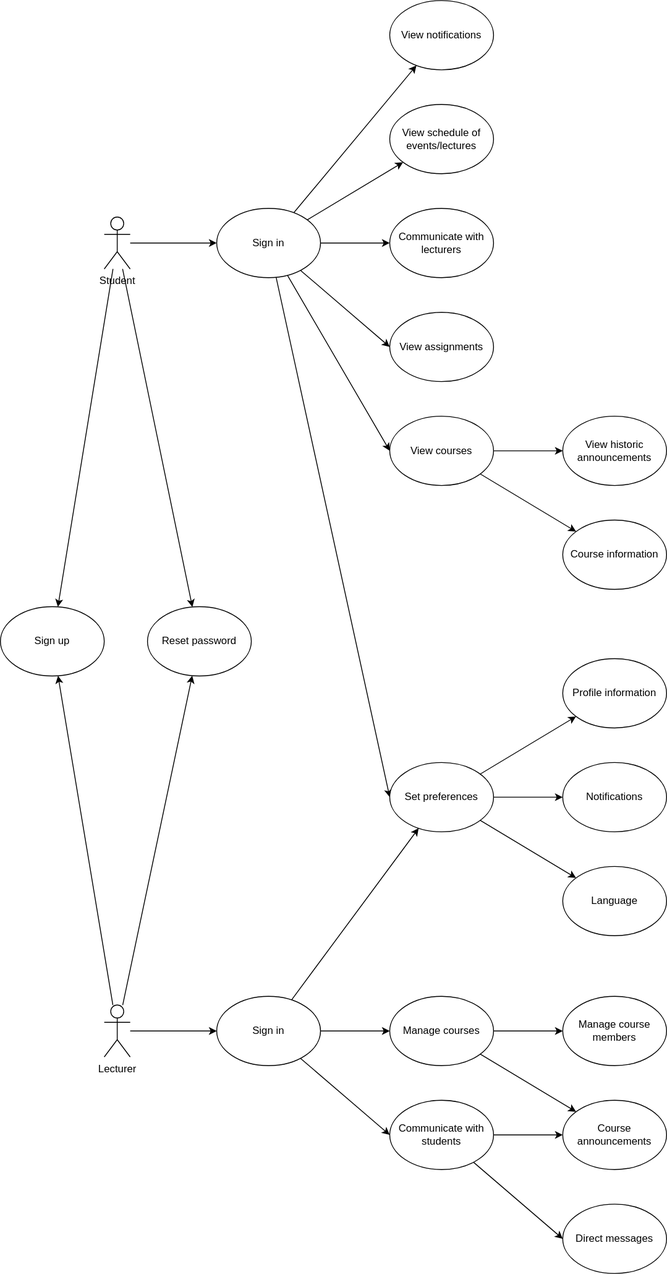
Earlier version of the draw.io export docs/diagrams/use-cases.drawio.svg (thedatasnok/idata2503-project). Source tidied: cells renumbered, new cells last; positions are measured from the earlier drawing's top-left corner, leaving out a move shared by most shapes.
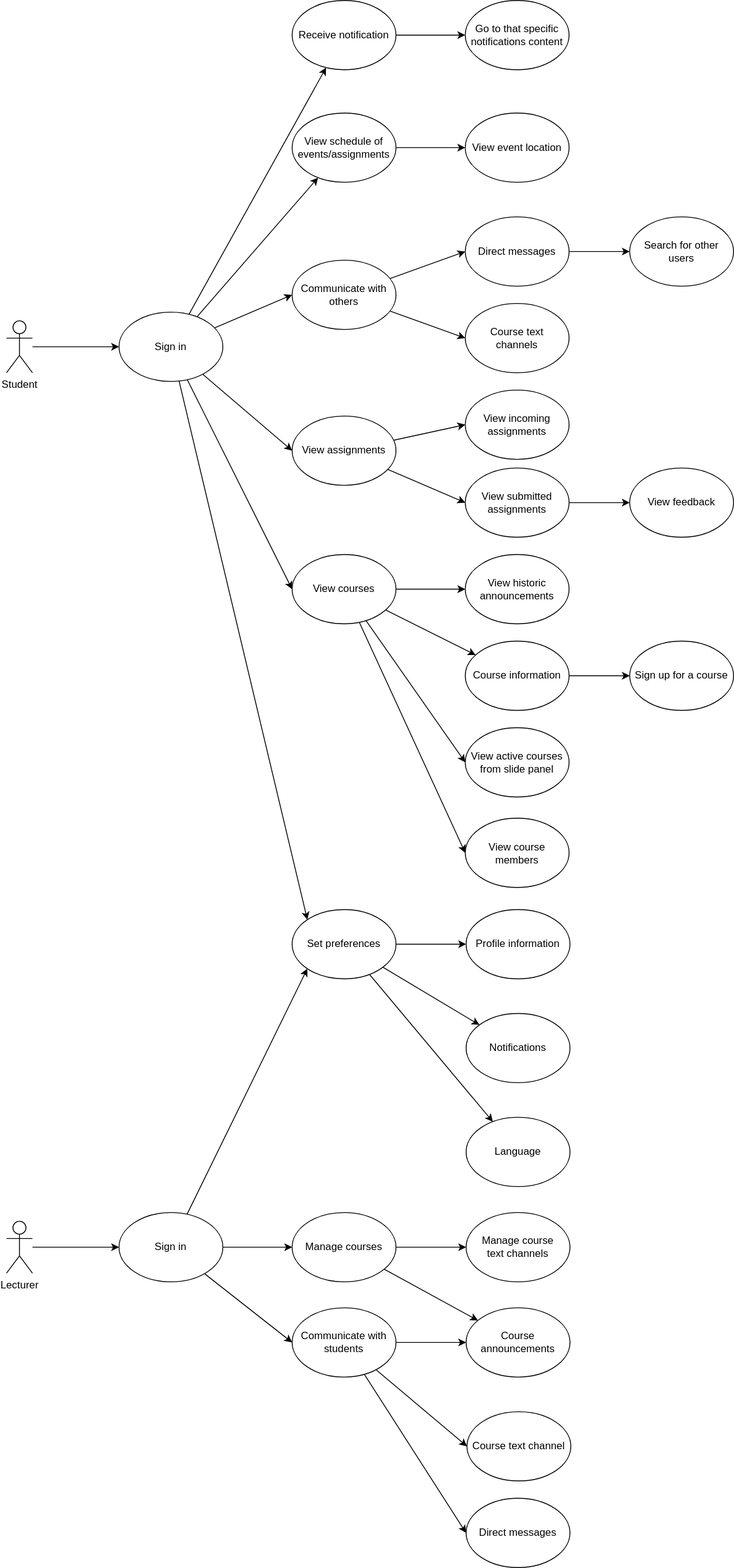
The same file after the commit.

Commit message:
docs: update use case diagram

Diff of the diagram source:
```diff
@@ -5,12 +5,6 @@
     <mxCell id="2" style="edgeStyle=none;html=1;" parent="1" edge="1" source="5" target="12">
       <mxGeometry relative="1" as="geometry" />
     </mxCell>
-    <mxCell id="3" style="edgeStyle=none;html=1;" parent="1" edge="1" source="5" target="37">
-      <mxGeometry relative="1" as="geometry" />
-    </mxCell>
-    <mxCell id="4" style="edgeStyle=none;html=1;" parent="1" edge="1" source="5" target="47">
-      <mxGeometry relative="1" as="geometry" />
-    </mxCell>
     <mxCell id="5" value="Student" style="shape=umlActor;verticalLabelPosition=bottom;verticalAlign=top;html=1;outlineConnect=0;" parent="1" vertex="1">
       <mxGeometry x="120" y="250" width="30" height="60" as="geometry" />
     </mxCell>
@@ -20,7 +14,7 @@
     <mxCell id="7" style="edgeStyle=none;html=1;entryX=0;entryY=0.5;entryDx=0;entryDy=0;" parent="1" edge="1" source="12" target="21">
       <mxGeometry relative="1" as="geometry" />
     </mxCell>
-    <mxCell id="8" style="edgeStyle=none;html=1;entryX=0;entryY=0.5;entryDx=0;entryDy=0;" parent="1" edge="1" source="12" target="35">
+    <mxCell id="8" style="edgeStyle=none;html=1;entryX=0;entryY=0;entryDx=0;entryDy=0;" parent="1" edge="1" source="12" target="35">
       <mxGeometry relative="1" as="geometry" />
     </mxCell>
     <mxCell id="9" style="edgeStyle=none;html=1;entryX=0;entryY=0.5;entryDx=0;entryDy=0;" parent="1" edge="1" source="12" target="23">
@@ -41,17 +35,11 @@
     <mxCell id="14" style="edgeStyle=none;html=1;entryX=0;entryY=0.5;entryDx=0;entryDy=0;" parent="1" edge="1" source="39" target="29">
       <mxGeometry relative="1" as="geometry" />
     </mxCell>
-    <mxCell id="15" style="edgeStyle=none;html=1;" parent="1" edge="1" source="18" target="37">
-      <mxGeometry relative="1" as="geometry" />
-    </mxCell>
     <mxCell id="16" style="edgeStyle=none;html=1;" parent="1" edge="1" source="18" target="39">
       <mxGeometry relative="1" as="geometry" />
     </mxCell>
-    <mxCell id="17" style="edgeStyle=none;html=1;" parent="1" edge="1" source="18" target="47">
-      <mxGeometry relative="1" as="geometry" />
-    </mxCell>
     <mxCell id="18" value="Lecturer" style="shape=umlActor;verticalLabelPosition=bottom;verticalAlign=top;html=1;outlineConnect=0;" parent="1" vertex="1">
-      <mxGeometry x="120" y="1160" width="30" height="60" as="geometry" />
+      <mxGeometry x="120" y="1290" width="30" height="60" as="geometry" />
     </mxCell>
     <mxCell id="19" style="edgeStyle=none;html=1;" parent="1" edge="1" source="21" target="43">
       <mxGeometry relative="1" as="geometry" />
@@ -59,23 +47,41 @@
     <mxCell id="20" style="edgeStyle=none;html=1;" parent="1" edge="1" source="21" target="44">
       <mxGeometry relative="1" as="geometry" />
     </mxCell>
+    <mxCell id="48" style="edgeStyle=none;html=1;entryX=0;entryY=0.5;entryDx=0;entryDy=0;" parent="1" edge="1" source="21" target="68">
+      <mxGeometry relative="1" as="geometry" />
+    </mxCell>
+    <mxCell id="49" style="edgeStyle=none;html=1;entryX=0;entryY=0.5;entryDx=0;entryDy=0;" parent="1" edge="1" source="21" target="73">
+      <mxGeometry relative="1" as="geometry" />
+    </mxCell>
     <mxCell id="21" value="View courses" style="ellipse;whiteSpace=wrap;html=1;" parent="1" vertex="1">
-      <mxGeometry x="450" y="480" width="120" height="80" as="geometry" />
+      <mxGeometry x="450" y="520" width="120" height="80" as="geometry" />
     </mxCell>
+    <mxCell id="50" style="edgeStyle=none;html=1;entryX=0;entryY=0.5;entryDx=0;entryDy=0;" parent="1" edge="1" source="22" target="69">
+      <mxGeometry relative="1" as="geometry" />
+    </mxCell>
+    <mxCell id="51" style="edgeStyle=none;html=1;entryX=0;entryY=0.5;entryDx=0;entryDy=0;" parent="1" edge="1" source="22" target="71">
+      <mxGeometry relative="1" as="geometry" />
+    </mxCell>
     <mxCell id="22" value="View assignments" style="ellipse;whiteSpace=wrap;html=1;" parent="1" vertex="1">
       <mxGeometry x="450" y="360" width="120" height="80" as="geometry" />
     </mxCell>
+    <mxCell id="52" style="edgeStyle=none;html=1;entryX=0;entryY=0.5;entryDx=0;entryDy=0;" parent="1" edge="1" source="23" target="62">
+      <mxGeometry relative="1" as="geometry" />
+    </mxCell>
+    <mxCell id="53" style="edgeStyle=none;html=1;entryX=0;entryY=0.5;entryDx=0;entryDy=0;" parent="1" edge="1" source="23" target="63">
+      <mxGeometry relative="1" as="geometry" />
+    </mxCell>
-    <mxCell id="23" value="Communicate with lecturers" style="ellipse;whiteSpace=wrap;html=1;" parent="1" vertex="1">
-      <mxGeometry x="450" y="240" width="120" height="80" as="geometry" />
+    <mxCell id="23" value="Communicate with others" style="ellipse;whiteSpace=wrap;html=1;" parent="1" vertex="1">
+      <mxGeometry x="450" y="180" width="120" height="80" as="geometry" />
     </mxCell>
-    <mxCell id="24" style="edgeStyle=none;html=1;" parent="1" edge="1" source="26" target="36">
-      <mxGeometry relative="1" as="geometry" />
-    </mxCell>
     <mxCell id="25" style="edgeStyle=none;html=1;" parent="1" edge="1" source="26" target="30">
       <mxGeometry relative="1" as="geometry" />
     </mxCell>
+    <mxCell id="54" style="edgeStyle=none;html=1;" parent="1" edge="1" source="26" target="65">
+      <mxGeometry relative="1" as="geometry" />
+    </mxCell>
     <mxCell id="26" value="Manage courses" style="ellipse;whiteSpace=wrap;html=1;" parent="1" vertex="1">
-      <mxGeometry x="450" y="1150" width="120" height="80" as="geometry" />
+      <mxGeometry x="450" y="1280" width="120" height="80" as="geometry" />
     </mxCell>
     <mxCell id="27" style="edgeStyle=none;html=1;entryX=0;entryY=0.5;entryDx=0;entryDy=0;" parent="1" edge="1" source="29" target="31">
       <mxGeometry relative="1" as="geometry" />
@@ -83,14 +89,17 @@
     <mxCell id="28" style="edgeStyle=none;html=1;" parent="1" edge="1" source="29" target="30">
       <mxGeometry relative="1" as="geometry" />
     </mxCell>
+    <mxCell id="55" style="edgeStyle=none;html=1;entryX=0;entryY=0.5;entryDx=0;entryDy=0;" parent="1" edge="1" source="29" target="64">
+      <mxGeometry relative="1" as="geometry" />
+    </mxCell>
     <mxCell id="29" value="Communicate with students" style="ellipse;whiteSpace=wrap;html=1;" parent="1" vertex="1">
-      <mxGeometry x="450" y="1270" width="120" height="80" as="geometry" />
+      <mxGeometry x="450" y="1390" width="120" height="80" as="geometry" />
     </mxCell>
     <mxCell id="30" value="Course announcements" style="ellipse;whiteSpace=wrap;html=1;" parent="1" vertex="1">
-      <mxGeometry x="650" y="1270" width="120" height="80" as="geometry" />
+      <mxGeometry x="651" y="1390" width="120" height="80" as="geometry" />
     </mxCell>
     <mxCell id="31" value="Direct messages" style="ellipse;whiteSpace=wrap;html=1;" parent="1" vertex="1">
-      <mxGeometry x="650" y="1390" width="120" height="80" as="geometry" />
+      <mxGeometry x="651" y="1610" width="120" height="80" as="geometry" />
     </mxCell>
     <mxCell id="32" style="edgeStyle=none;html=1;" parent="1" edge="1" source="35" target="40">
       <mxGeometry relative="1" as="geometry" />
@@ -102,43 +111,88 @@
       <mxGeometry relative="1" as="geometry" />
     </mxCell>
     <mxCell id="35" value="Set preferences" style="ellipse;whiteSpace=wrap;html=1;" parent="1" vertex="1">
-      <mxGeometry x="450" y="880" width="120" height="80" as="geometry" />
+      <mxGeometry x="450" y="930" width="120" height="80" as="geometry" />
     </mxCell>
-    <mxCell id="36" value="Manage course members" style="ellipse;whiteSpace=wrap;html=1;" parent="1" vertex="1">
-      <mxGeometry x="650" y="1150" width="120" height="80" as="geometry" />
-    </mxCell>
-    <mxCell id="37" value="Reset password" style="ellipse;whiteSpace=wrap;html=1;" parent="1" vertex="1">
-      <mxGeometry x="170" y="700" width="120" height="80" as="geometry" />
-    </mxCell>
-    <mxCell id="38" style="edgeStyle=none;html=1;" parent="1" edge="1" source="39" target="35">
+    <mxCell id="38" style="edgeStyle=none;html=1;entryX=0;entryY=1;entryDx=0;entryDy=0;" parent="1" edge="1" source="39" target="35">
       <mxGeometry relative="1" as="geometry" />
     </mxCell>
     <mxCell id="39" value="Sign in" style="ellipse;whiteSpace=wrap;html=1;" parent="1" vertex="1">
-      <mxGeometry x="250" y="1150" width="120" height="80" as="geometry" />
+      <mxGeometry x="250" y="1280" width="120" height="80" as="geometry" />
     </mxCell>
     <mxCell id="40" value="Profile information" style="ellipse;whiteSpace=wrap;html=1;" parent="1" vertex="1">
-      <mxGeometry x="650" y="760" width="120" height="80" as="geometry" />
+      <mxGeometry x="651" y="930" width="120" height="80" as="geometry" />
     </mxCell>
     <mxCell id="41" value="Notifications" style="ellipse;whiteSpace=wrap;html=1;" parent="1" vertex="1">
-      <mxGeometry x="650" y="880" width="120" height="80" as="geometry" />
+      <mxGeometry x="651" y="1050" width="120" height="80" as="geometry" />
     </mxCell>
     <mxCell id="42" value="Language" style="ellipse;whiteSpace=wrap;html=1;" parent="1" vertex="1">
-      <mxGeometry x="650" y="1000" width="120" height="80" as="geometry" />
+      <mxGeometry x="651" y="1170" width="120" height="80" as="geometry" />
     </mxCell>
     <mxCell id="43" value="View historic announcements" style="ellipse;whiteSpace=wrap;html=1;" parent="1" vertex="1">
-      <mxGeometry x="650" y="480" width="120" height="80" as="geometry" />
+      <mxGeometry x="650" y="520" width="120" height="80" as="geometry" />
     </mxCell>
+    <mxCell id="56" style="edgeStyle=none;html=1;entryX=0;entryY=0.5;entryDx=0;entryDy=0;" parent="1" edge="1" source="44" target="72">
+      <mxGeometry relative="1" as="geometry" />
+    </mxCell>
     <mxCell id="44" value="Course information" style="ellipse;whiteSpace=wrap;html=1;" parent="1" vertex="1">
-      <mxGeometry x="650" y="600" width="120" height="80" as="geometry" />
+      <mxGeometry x="650" y="620" width="120" height="80" as="geometry" />
     </mxCell>
+    <mxCell id="57" style="edgeStyle=none;html=1;entryX=0;entryY=0.5;entryDx=0;entryDy=0;" parent="1" edge="1" source="45" target="60">
+      <mxGeometry relative="1" as="geometry" />
+    </mxCell>
-    <mxCell id="45" value="View schedule of events/lectures" style="ellipse;whiteSpace=wrap;html=1;" parent="1" vertex="1">
-      <mxGeometry x="450" y="120" width="120" height="80" as="geometry" />
+    <mxCell id="45" value="View schedule of events/assignments" style="ellipse;whiteSpace=wrap;html=1;" parent="1" vertex="1">
+      <mxGeometry x="450" y="10" width="120" height="80" as="geometry" />
     </mxCell>
+    <mxCell id="58" style="edgeStyle=none;html=1;" parent="1" edge="1" source="46" target="59">
+      <mxGeometry relative="1" as="geometry" />
+    </mxCell>
-    <mxCell id="46" value="View notifications" style="ellipse;whiteSpace=wrap;html=1;" parent="1" vertex="1">
-      <mxGeometry x="450" width="120" height="80" as="geometry" />
+    <mxCell id="46" value="Receive notification" style="ellipse;whiteSpace=wrap;html=1;" parent="1" vertex="1">
+      <mxGeometry x="450" y="-120" width="120" height="80" as="geometry" />
     </mxCell>
-    <mxCell id="47" value="Sign up" style="ellipse;whiteSpace=wrap;html=1;" parent="1" vertex="1">
-      <mxGeometry y="700" width="120" height="80" as="geometry" />
-    </mxCell>
+    <mxCell id="59" value="Go to that specific notifications content" style="ellipse;whiteSpace=wrap;html=1;" parent="1" vertex="1">
+      <mxGeometry x="650" y="-120" width="120" height="80" as="geometry" />
+    </mxCell>
+    <mxCell id="60" value="View event location" style="ellipse;whiteSpace=wrap;html=1;" parent="1" vertex="1">
+      <mxGeometry x="650" y="10" width="120" height="80" as="geometry" />
+    </mxCell>
+    <mxCell id="61" style="edgeStyle=none;html=1;entryX=0;entryY=0.5;entryDx=0;entryDy=0;" parent="1" edge="1" source="62" target="66">
+      <mxGeometry relative="1" as="geometry" />
+    </mxCell>
+    <mxCell id="62" value="Direct messages" style="ellipse;whiteSpace=wrap;html=1;" parent="1" vertex="1">
+      <mxGeometry x="650" y="130" width="120" height="80" as="geometry" />
+    </mxCell>
+    <mxCell id="63" value="Course text&lt;br&gt;channels" style="ellipse;whiteSpace=wrap;html=1;" parent="1" vertex="1">
+      <mxGeometry x="650" y="230" width="120" height="80" as="geometry" />
+    </mxCell>
+    <mxCell id="64" value="Course text channel" style="ellipse;whiteSpace=wrap;html=1;" parent="1" vertex="1">
+      <mxGeometry x="652" y="1510" width="120" height="80" as="geometry" />
+    </mxCell>
+    <mxCell id="65" value="Manage course&lt;br&gt;text channels" style="ellipse;whiteSpace=wrap;html=1;" parent="1" vertex="1">
+      <mxGeometry x="651" y="1280" width="120" height="80" as="geometry" />
+    </mxCell>
+    <mxCell id="66" value="Search for other users" style="ellipse;whiteSpace=wrap;html=1;" parent="1" vertex="1">
+      <mxGeometry x="840" y="130" width="120" height="80" as="geometry" />
+    </mxCell>
+    <mxCell id="67" value="View feedback" style="ellipse;whiteSpace=wrap;html=1;" parent="1" vertex="1">
+      <mxGeometry x="840" y="420" width="120" height="80" as="geometry" />
+    </mxCell>
+    <mxCell id="68" value="View active courses from slide panel" style="ellipse;whiteSpace=wrap;html=1;" parent="1" vertex="1">
+      <mxGeometry x="650" y="720" width="120" height="80" as="geometry" />
+    </mxCell>
+    <mxCell id="69" value="View incoming assignments" style="ellipse;whiteSpace=wrap;html=1;" parent="1" vertex="1">
+      <mxGeometry x="650" y="330" width="120" height="80" as="geometry" />
+    </mxCell>
+    <mxCell id="70" style="edgeStyle=none;html=1;" parent="1" edge="1" source="71" target="67">
+      <mxGeometry relative="1" as="geometry" />
+    </mxCell>
+    <mxCell id="71" value="View submitted assignments" style="ellipse;whiteSpace=wrap;html=1;" parent="1" vertex="1">
+      <mxGeometry x="650" y="420" width="120" height="80" as="geometry" />
+    </mxCell>
+    <mxCell id="72" value="Sign up for a course" style="ellipse;whiteSpace=wrap;html=1;" parent="1" vertex="1">
+      <mxGeometry x="840" y="620" width="120" height="80" as="geometry" />
+    </mxCell>
+    <mxCell id="73" value="View course members" style="ellipse;whiteSpace=wrap;html=1;" parent="1" vertex="1">
+      <mxGeometry x="650" y="824.5" width="120" height="80" as="geometry" />
+    </mxCell>
   </root>
 </mxGraphModel>
```
